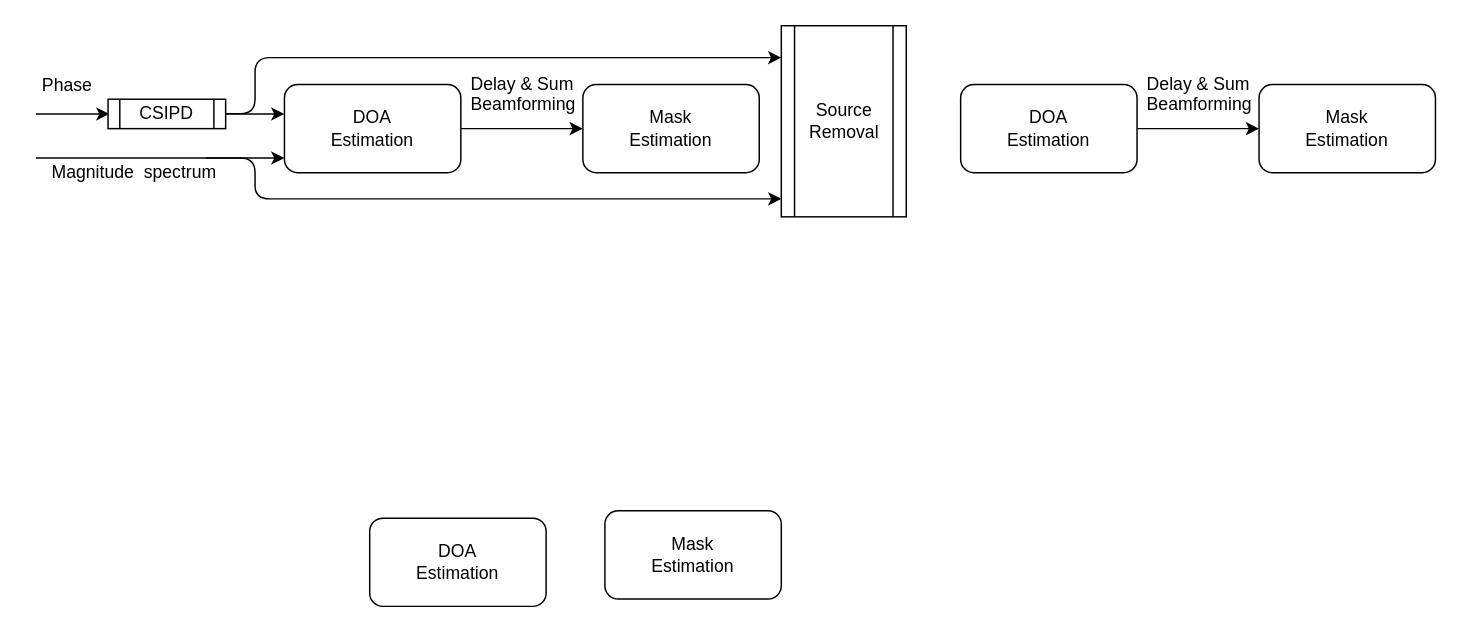
Before: draw.io/Loop_estimation.drawio in sunits/Random, a draw.io diagram. Source tidied: cells renumbered, new cells numbered last; positions are measured from the earlier drawing's top-left corner, leaving out a move shared by most shapes. Both pictures are drawn from the tidied source at 147%, with x=0, y=0 at pixel (35, 25).
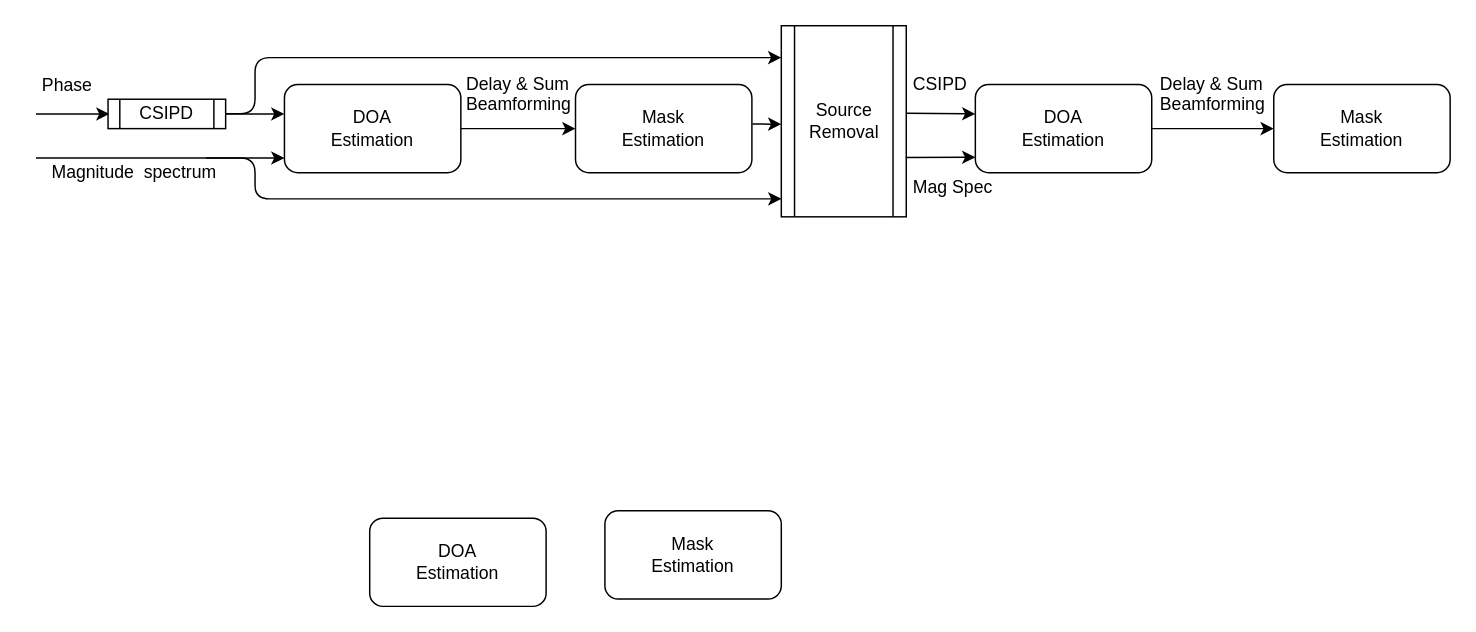
The same diagram, later.

Diff of the diagram source:
```diff
@@
     <mxCell id="3" value="&lt;div&gt;Mask&lt;/div&gt;&lt;div&gt;Estimation&lt;/div&gt;" style="rounded=1;whiteSpace=wrap;html=1;" parent="1" vertex="1">
-      <mxGeometry x="372" y="40" width="120" height="60" as="geometry" />
+      <mxGeometry x="367" y="40" width="120" height="60" as="geometry" />
     </mxCell>
@@
     <mxCell id="6" value="&lt;div&gt;Delay &amp;amp; Sum&lt;/div&gt;&lt;div&gt;Beamforming&lt;br&gt;&lt;/div&gt;" style="text;html=1;align=left;verticalAlign=top;spacingTop=-4;" parent="1" vertex="1">
-      <mxGeometry x="294" y="30" width="80" height="30" as="geometry" />
+      <mxGeometry x="291" y="30" width="80" height="30" as="geometry" />
     </mxCell>
@@
     <mxCell id="17" value="&lt;div&gt;DOA&lt;/div&gt;&lt;div&gt;Estimation&lt;br&gt;&lt;/div&gt;" style="rounded=1;whiteSpace=wrap;html=1;" parent="1" vertex="1">
-      <mxGeometry x="629" y="40" width="120" height="60" as="geometry" />
+      <mxGeometry x="639" y="40" width="120" height="60" as="geometry" />
     </mxCell>
     <mxCell id="18" value="&lt;div&gt;Mask&lt;/div&gt;&lt;div&gt;Estimation&lt;/div&gt;" style="rounded=1;whiteSpace=wrap;html=1;" parent="1" vertex="1">
-      <mxGeometry x="832" y="40" width="120" height="60" as="geometry" />
+      <mxGeometry x="842" y="40" width="120" height="60" as="geometry" />
     </mxCell>
     <mxCell id="19" value="&lt;div&gt;Delay &amp;amp; Sum&lt;/div&gt;&lt;div&gt;Beamforming&lt;br&gt;&lt;/div&gt;" style="text;html=1;align=left;verticalAlign=top;spacingTop=-4;" parent="1" vertex="1">
-      <mxGeometry x="754" y="30" width="80" height="30" as="geometry" />
+      <mxGeometry x="763" y="30" width="80" height="30" as="geometry" />
     </mxCell>
@@
+    <mxCell id="21" style="endArrow=classic;html=1;entryX=0;entryY=0.333;entryDx=0;entryDy=0;entryPerimeter=0;" parent="1" edge="1" target="17">
+      <mxGeometry relative="1" as="geometry">
+        <mxPoint x="592" y="59.5" as="sourcePoint" />
+      </mxGeometry>
+    </mxCell>
+    <mxCell id="22" style="endArrow=classic;html=1;exitX=1.007;exitY=0.689;exitDx=0;exitDy=0;exitPerimeter=0;entryX=0;entryY=0.825;entryDx=0;entryDy=0;entryPerimeter=0;" parent="1" edge="1" target="17">
+      <mxGeometry relative="1" as="geometry">
+        <mxPoint x="591.6" y="89.6" as="sourcePoint" />
+      </mxGeometry>
+    </mxCell>
+    <mxCell id="23" value="CSIPD" style="text;html=1;align=left;verticalAlign=top;spacingTop=-4;" parent="1" vertex="1">
+      <mxGeometry x="595" y="30" width="50" height="20" as="geometry" />
+    </mxCell>
+    <mxCell id="24" style="endArrow=classic;html=1;exitX=1.003;exitY=0.448;exitDx=0;exitDy=0;exitPerimeter=0;" parent="1" edge="1" source="3">
+      <mxGeometry relative="1" as="geometry">
+        <mxPoint x="507" y="67" as="targetPoint" />
+      </mxGeometry>
+    </mxCell>
+    <mxCell id="25" value="Mag Spec" style="text;html=1;align=left;verticalAlign=top;spacingTop=-4;" parent="1" vertex="1">
+      <mxGeometry x="595" y="100" width="70" height="20" as="geometry" />
+    </mxCell>
```
